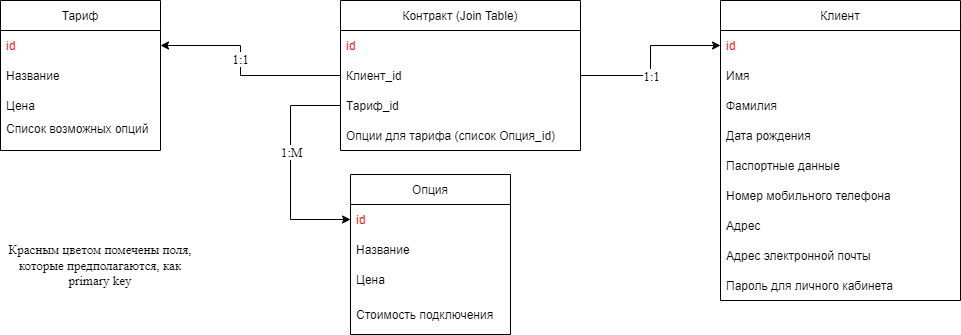
mrKust/MobileOperatorJavaSchoolT keeps this draw.io diagram as database/database_scheme.png. Above is the earlier version. Source tidied: cells renumbered, new cells last; positions are measured from the earlier drawing's top-left corner, leaving out a move shared by most shapes.
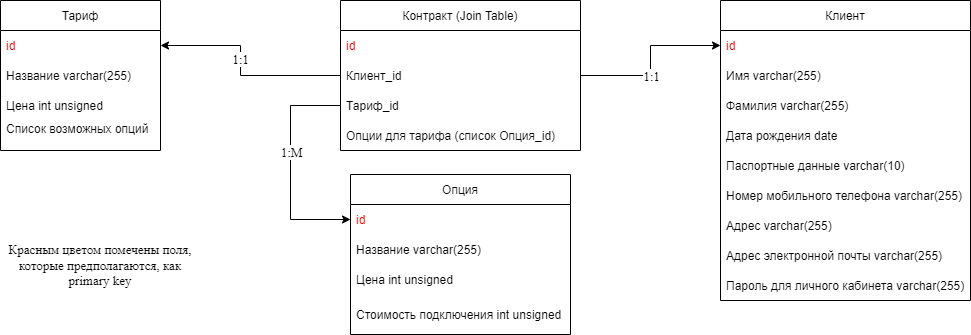
Above is the later version.

The edit, as a diff of the source:
```diff
@@ -8,59 +8,59 @@
     <mxCell id="3" value="id" style="text;strokeColor=none;fillColor=none;align=left;verticalAlign=middle;spacingLeft=4;spacingRight=4;overflow=hidden;points=[[0,0.5],[1,0.5]];portConstraint=eastwest;fontStyle=0;fontColor=#FF0000;" parent="2" vertex="1">
       <mxGeometry y="30" width="160" height="30" as="geometry" />
     </mxCell>
-    <mxCell id="4" value="Название" style="text;strokeColor=none;fillColor=none;align=left;verticalAlign=middle;spacingLeft=4;spacingRight=4;overflow=hidden;fontStyle=0;fontColor=#000000;" parent="2" vertex="1">
+    <mxCell id="4" value="Название varchar(255)" style="text;strokeColor=none;fillColor=none;align=left;verticalAlign=middle;spacingLeft=4;spacingRight=4;overflow=hidden;fontStyle=0;fontColor=#000000;" parent="2" vertex="1">
       <mxGeometry y="60" width="160" height="30" as="geometry" />
     </mxCell>
-    <mxCell id="5" value="Цена" style="text;strokeColor=none;fillColor=none;align=left;verticalAlign=middle;spacingLeft=4;spacingRight=4;overflow=hidden;" parent="2" vertex="1">
+    <mxCell id="5" value="Цена int unsigned" style="text;strokeColor=none;fillColor=none;align=left;verticalAlign=middle;spacingLeft=4;spacingRight=4;overflow=hidden;" parent="2" vertex="1">
       <mxGeometry y="90" width="160" height="30" as="geometry" />
     </mxCell>
     <mxCell id="6" value="Список возможных опций&#10;" style="text;strokeColor=none;fillColor=none;align=left;verticalAlign=middle;spacingLeft=4;spacingRight=4;overflow=hidden;" parent="2" vertex="1">
       <mxGeometry y="120" width="160" height="30" as="geometry" />
     </mxCell>
     <mxCell id="7" value="Опция" style="swimlane;fontStyle=0;horizontal=1;startSize=30;fontColor=#000000;" parent="1" vertex="1">
-      <mxGeometry x="350" y="174" width="160" height="160" as="geometry" />
+      <mxGeometry x="350" y="174" width="220" height="160" as="geometry" />
     </mxCell>
     <mxCell id="8" value="id" style="text;strokeColor=none;fillColor=none;align=left;verticalAlign=middle;spacingLeft=4;spacingRight=4;overflow=hidden;points=[[0,0.5],[1,0.5]];portConstraint=eastwest;fontColor=#FF0000;" parent="7" vertex="1">
-      <mxGeometry y="30" width="160" height="30" as="geometry" />
+      <mxGeometry y="30" width="220" height="30" as="geometry" />
     </mxCell>
-    <mxCell id="9" value="Название" style="text;strokeColor=none;fillColor=none;align=left;verticalAlign=middle;spacingLeft=4;spacingRight=4;overflow=hidden;fontColor=#000000;" parent="7" vertex="1">
-      <mxGeometry y="60" width="160" height="30" as="geometry" />
+    <mxCell id="9" value="Название varchar(255)" style="text;strokeColor=none;fillColor=none;align=left;verticalAlign=middle;spacingLeft=4;spacingRight=4;overflow=hidden;fontColor=#000000;" parent="7" vertex="1">
+      <mxGeometry y="60" width="220" height="30" as="geometry" />
     </mxCell>
-    <mxCell id="10" value="Цена" style="text;strokeColor=none;fillColor=none;align=left;verticalAlign=middle;spacingLeft=4;spacingRight=4;overflow=hidden;fontColor=#000000;" parent="7" vertex="1">
-      <mxGeometry y="90" width="160" height="30" as="geometry" />
+    <mxCell id="10" value="Цена int unsigned" style="text;strokeColor=none;fillColor=none;align=left;verticalAlign=middle;spacingLeft=4;spacingRight=4;overflow=hidden;fontColor=#000000;" parent="7" vertex="1">
+      <mxGeometry y="90" width="220" height="30" as="geometry" />
     </mxCell>
-    <mxCell id="11" value="Стоимость подключения" style="text;strokeColor=none;fillColor=none;align=left;verticalAlign=middle;spacingLeft=4;spacingRight=4;overflow=hidden;fontColor=#000000;" parent="7" vertex="1">
-      <mxGeometry y="120" width="160" height="40" as="geometry" />
+    <mxCell id="11" value="Стоимость подключения int unsigned" style="text;strokeColor=none;fillColor=none;align=left;verticalAlign=middle;spacingLeft=4;spacingRight=4;overflow=hidden;fontColor=#000000;" parent="7" vertex="1">
+      <mxGeometry y="120" width="220" height="40" as="geometry" />
     </mxCell>
     <mxCell id="12" value="Клиент" style="swimlane;fontStyle=0;horizontal=1;startSize=30;fontColor=#000000;" parent="1" vertex="1">
-      <mxGeometry x="720" width="240" height="300" as="geometry" />
+      <mxGeometry x="720" width="250" height="300" as="geometry" />
     </mxCell>
     <mxCell id="13" value="id" style="text;strokeColor=none;fillColor=none;align=left;verticalAlign=middle;spacingLeft=4;spacingRight=4;overflow=hidden;points=[[0,0.5],[1,0.5]];portConstraint=eastwest;fontColor=#FF0000;" parent="12" vertex="1">
-      <mxGeometry y="30" width="240" height="30" as="geometry" />
+      <mxGeometry y="30" width="250" height="30" as="geometry" />
     </mxCell>
-    <mxCell id="14" value="Имя" style="text;strokeColor=none;fillColor=none;align=left;verticalAlign=middle;spacingLeft=4;spacingRight=4;overflow=hidden;fontColor=#000000;" parent="12" vertex="1">
-      <mxGeometry y="60" width="240" height="30" as="geometry" />
+    <mxCell id="14" value="Имя varchar(255)" style="text;strokeColor=none;fillColor=none;align=left;verticalAlign=middle;spacingLeft=4;spacingRight=4;overflow=hidden;fontColor=#000000;" parent="12" vertex="1">
+      <mxGeometry y="60" width="250" height="30" as="geometry" />
     </mxCell>
-    <mxCell id="15" value="Фамилия" style="text;strokeColor=none;fillColor=none;align=left;verticalAlign=middle;spacingLeft=4;spacingRight=4;overflow=hidden;fontColor=#000000;" parent="12" vertex="1">
-      <mxGeometry y="90" width="240" height="30" as="geometry" />
+    <mxCell id="15" value="Фамилия varchar(255)" style="text;strokeColor=none;fillColor=none;align=left;verticalAlign=middle;spacingLeft=4;spacingRight=4;overflow=hidden;fontColor=#000000;" parent="12" vertex="1">
+      <mxGeometry y="90" width="250" height="30" as="geometry" />
     </mxCell>
-    <mxCell id="16" value="Дата рождения" style="text;strokeColor=none;fillColor=none;align=left;verticalAlign=middle;spacingLeft=4;spacingRight=4;overflow=hidden;fontColor=#000000;" parent="12" vertex="1">
-      <mxGeometry y="120" width="240" height="30" as="geometry" />
+    <mxCell id="16" value="Дата рождения date" style="text;strokeColor=none;fillColor=none;align=left;verticalAlign=middle;spacingLeft=4;spacingRight=4;overflow=hidden;fontColor=#000000;" parent="12" vertex="1">
+      <mxGeometry y="120" width="250" height="30" as="geometry" />
     </mxCell>
-    <mxCell id="17" value="Паспортные данные" style="text;strokeColor=none;fillColor=none;align=left;verticalAlign=middle;spacingLeft=4;spacingRight=4;overflow=hidden;fontColor=#000000;" parent="12" vertex="1">
-      <mxGeometry y="150" width="240" height="30" as="geometry" />
+    <mxCell id="17" value="Паспортные данные varchar(10)" style="text;strokeColor=none;fillColor=none;align=left;verticalAlign=middle;spacingLeft=4;spacingRight=4;overflow=hidden;fontColor=#000000;" parent="12" vertex="1">
+      <mxGeometry y="150" width="250" height="30" as="geometry" />
     </mxCell>
-    <mxCell id="18" value="Номер мобильного телефона" style="text;strokeColor=none;fillColor=none;align=left;verticalAlign=middle;spacingLeft=4;spacingRight=4;overflow=hidden;fontColor=#000000;" parent="12" vertex="1">
-      <mxGeometry y="180" width="240" height="30" as="geometry" />
+    <mxCell id="18" value="Номер мобильного телефона varchar(255)" style="text;strokeColor=none;fillColor=none;align=left;verticalAlign=middle;spacingLeft=4;spacingRight=4;overflow=hidden;fontColor=#000000;" parent="12" vertex="1">
+      <mxGeometry y="180" width="250" height="30" as="geometry" />
     </mxCell>
-    <mxCell id="19" value="Адрес" style="text;strokeColor=none;fillColor=none;align=left;verticalAlign=middle;spacingLeft=4;spacingRight=4;overflow=hidden;fontColor=#000000;" parent="12" vertex="1">
-      <mxGeometry y="210" width="240" height="30" as="geometry" />
+    <mxCell id="19" value="Адрес varchar(255)" style="text;strokeColor=none;fillColor=none;align=left;verticalAlign=middle;spacingLeft=4;spacingRight=4;overflow=hidden;fontColor=#000000;" parent="12" vertex="1">
+      <mxGeometry y="210" width="250" height="30" as="geometry" />
     </mxCell>
-    <mxCell id="20" value="Адрес электронной почты" style="text;strokeColor=none;fillColor=none;align=left;verticalAlign=middle;spacingLeft=4;spacingRight=4;overflow=hidden;fontColor=#000000;" parent="12" vertex="1">
-      <mxGeometry y="240" width="240" height="30" as="geometry" />
+    <mxCell id="20" value="Адрес электронной почты varchar(255)" style="text;strokeColor=none;fillColor=none;align=left;verticalAlign=middle;spacingLeft=4;spacingRight=4;overflow=hidden;fontColor=#000000;" parent="12" vertex="1">
+      <mxGeometry y="240" width="250" height="30" as="geometry" />
     </mxCell>
-    <mxCell id="21" value="Пароль для личного кабинета" style="text;strokeColor=none;fillColor=none;align=left;verticalAlign=middle;spacingLeft=4;spacingRight=4;overflow=hidden;fontColor=#000000;" parent="12" vertex="1">
-      <mxGeometry y="270" width="240" height="30" as="geometry" />
+    <mxCell id="21" value="Пароль для личного кабинета varchar(255)" style="text;strokeColor=none;fillColor=none;align=left;verticalAlign=middle;spacingLeft=4;spacingRight=4;overflow=hidden;fontColor=#000000;" parent="12" vertex="1">
+      <mxGeometry y="270" width="250" height="30" as="geometry" />
     </mxCell>
     <mxCell id="22" value="Контракт (Join Table)" style="swimlane;fontStyle=0;horizontal=1;startSize=30;fontColor=#000000;" parent="1" vertex="1">
       <mxGeometry x="340" width="240" height="150" as="geometry" />
```
